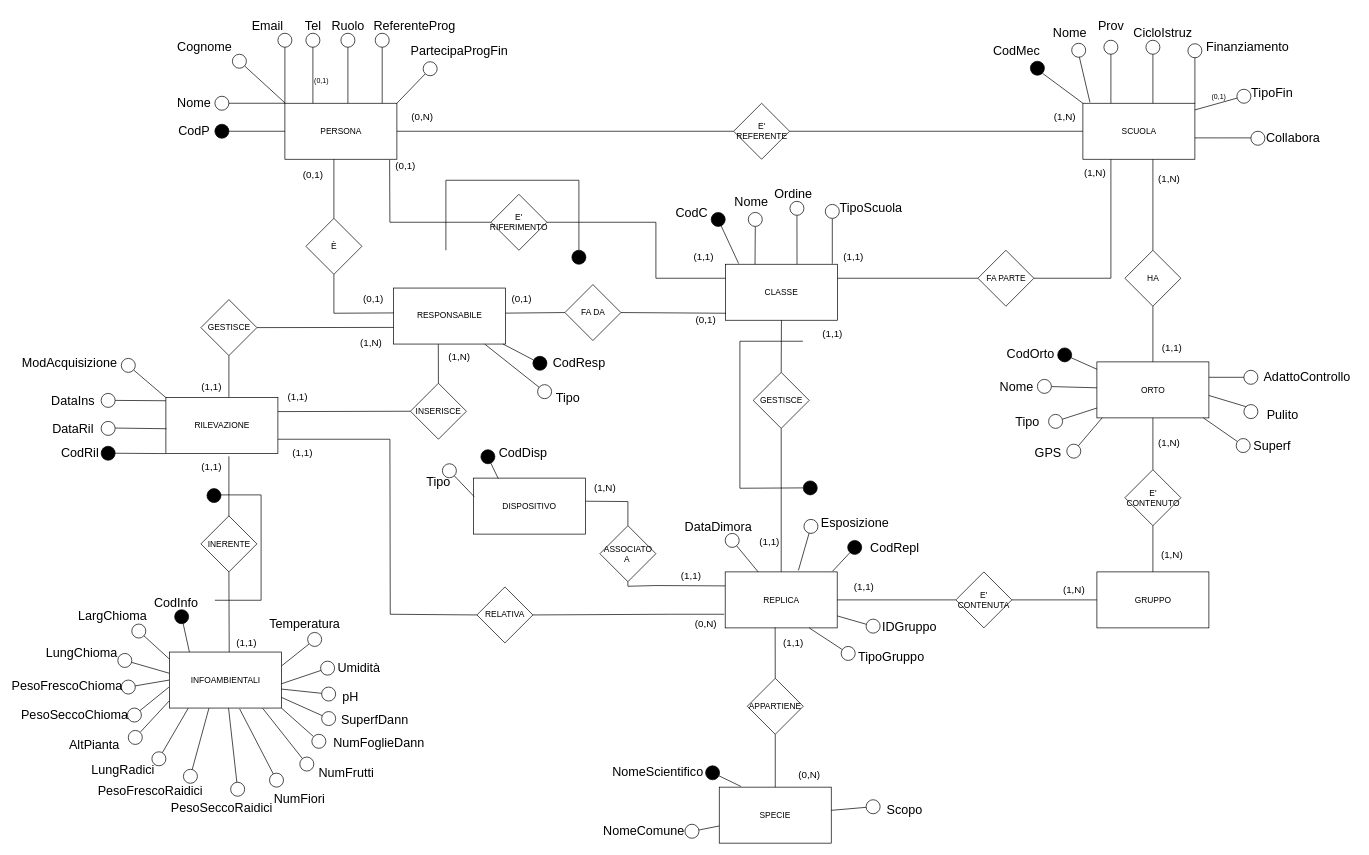
This is Modifica/ER_restructured_modifica.drawio from pizzo-kyle/unige, a draw.io file, before an edit. Source tidied: cells renumbered, new cells numbered last; positions are measured from the earlier drawing's top-left corner, leaving out a move shared by most shapes. Both pictures are drawn from the tidied source at 70%, with x=0, y=0 at pixel (38, 12).
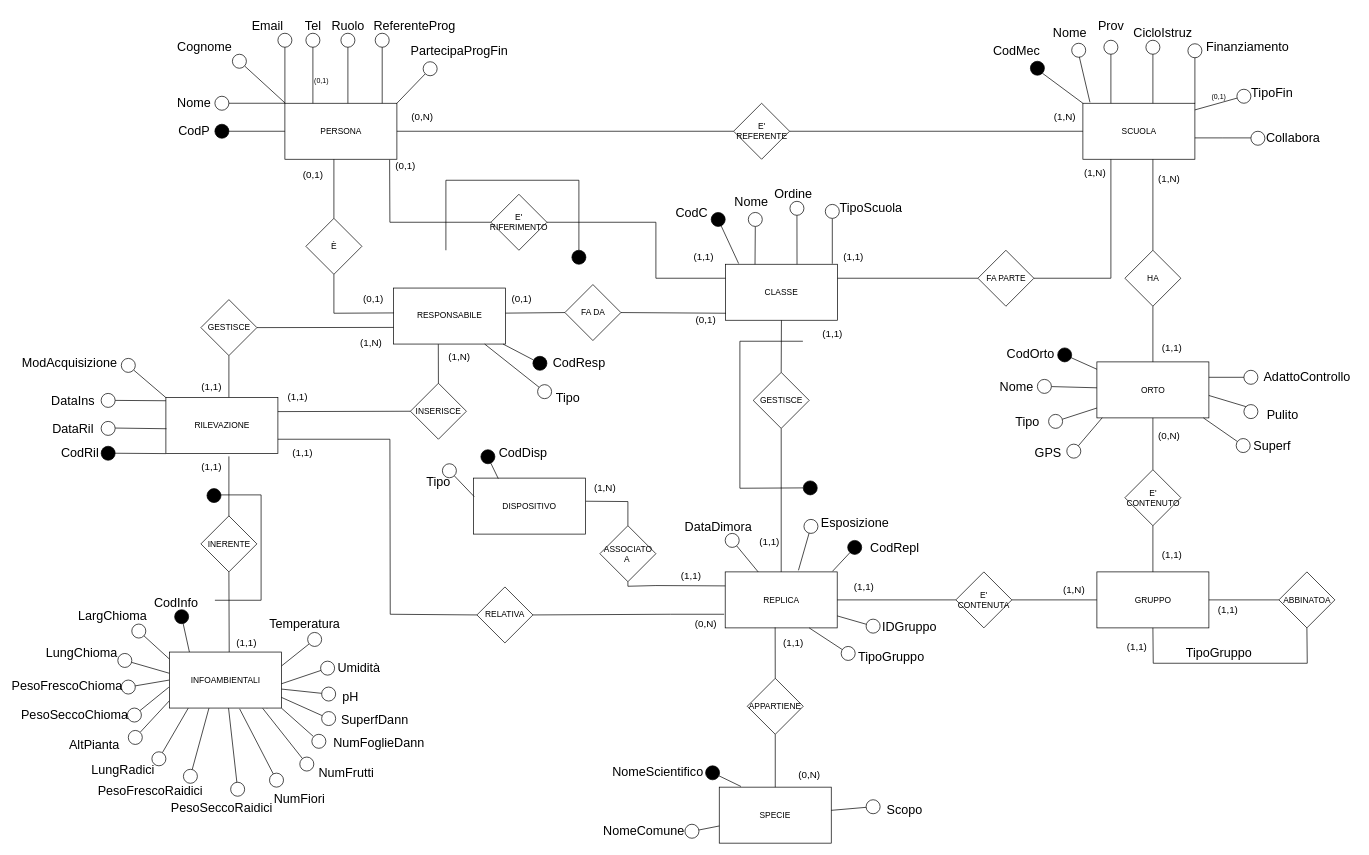
Above is the later version.

Unchanged cells that the change refers to:
```xml
<mxCell id="270" value="GRUPPO" style="rounded=0;whiteSpace=wrap;html=1;" parent="1" vertex="1">
  <mxGeometry x="1512.5" y="799.5" width="160" height="80" as="geometry" />
</mxCell>
```

What changed in the source:
```diff
@@
-    <mxCell id="274" value="&lt;font style=&quot;font-size: 14px;&quot;&gt;(1,N)&lt;/font&gt;" style="text;html=1;strokeColor=none;fillColor=none;align=center;verticalAlign=middle;whiteSpace=wrap;rounded=0;" parent="1" vertex="1">
-      <mxGeometry x="1592.5" y="605" width="46" height="20" as="geometry" />
+    <mxCell id="274" value="&lt;font style=&quot;font-size: 14px;&quot;&gt;(0,N)&lt;/font&gt;" style="text;html=1;strokeColor=none;fillColor=none;align=center;verticalAlign=middle;whiteSpace=wrap;rounded=0;" parent="1" vertex="1">
+      <mxGeometry x="1592.5" y="594.5" width="46" height="20" as="geometry" />
     </mxCell>
-    <mxCell id="275" value="&lt;font style=&quot;font-size: 14px;&quot;&gt;(1,N)&lt;/font&gt;" style="text;html=1;strokeColor=none;fillColor=none;align=center;verticalAlign=middle;whiteSpace=wrap;rounded=0;" parent="1" vertex="1">
+    <mxCell id="275" value="&lt;font style=&quot;font-size: 14px;&quot;&gt;(1,1)&lt;/font&gt;" style="text;html=1;strokeColor=none;fillColor=none;align=center;verticalAlign=middle;whiteSpace=wrap;rounded=0;" parent="1" vertex="1">
       <mxGeometry x="1596.5" y="764.5" width="46" height="20" as="geometry" />
     </mxCell>
+    <mxCell id="276" value="ABBINATOA" style="rhombus;whiteSpace=wrap;html=1;" parent="1" vertex="1">
+      <mxGeometry x="1772.5" y="799.5" width="80" height="80" as="geometry" />
+    </mxCell>
+    <mxCell id="277" style="endArrow=none;html=1;rounded=0;exitX=0;exitY=0.5;exitDx=0;exitDy=0;entryX=1;entryY=0.5;entryDx=0;entryDy=0;" parent="1" edge="1" source="276" target="270">
+      <mxGeometry relative="1" as="geometry" />
+    </mxCell>
+    <mxCell id="278" style="endArrow=none;html=1;rounded=0;entryX=0.5;entryY=1;entryDx=0;entryDy=0;exitX=0.5;exitY=1;exitDx=0;exitDy=0;" parent="1" edge="1" source="270" target="276">
+      <mxGeometry relative="1" as="geometry">
+        <Array as="points">
+          <mxPoint x="1593" y="930" />
+          <mxPoint x="1813" y="930" />
+        </Array>
+      </mxGeometry>
+    </mxCell>
+    <mxCell id="279" value="&lt;font style=&quot;font-size: 14px;&quot;&gt;(1,1)&lt;/font&gt;" style="text;html=1;strokeColor=none;fillColor=none;align=center;verticalAlign=middle;whiteSpace=wrap;rounded=0;" parent="1" vertex="1">
+      <mxGeometry x="1676.5" y="844" width="46" height="20" as="geometry" />
+    </mxCell>
+    <mxCell id="280" value="&lt;font style=&quot;font-size: 14px;&quot;&gt;(1,1)&lt;/font&gt;" style="text;html=1;strokeColor=none;fillColor=none;align=center;verticalAlign=middle;whiteSpace=wrap;rounded=0;" parent="1" vertex="1">
+      <mxGeometry x="1546.5" y="897" width="46" height="20" as="geometry" />
+    </mxCell>
+    <mxCell id="281" value="&lt;span style=&quot;font-size: 18px;&quot;&gt;TipoGruppo&lt;/span&gt;" style="text;html=1;strokeColor=none;fillColor=none;align=center;verticalAlign=middle;whiteSpace=wrap;rounded=0;fontColor=#000000;" parent="1" vertex="1">
+      <mxGeometry x="1661.5" y="899.5" width="50" height="30" as="geometry" />
+    </mxCell>
```
